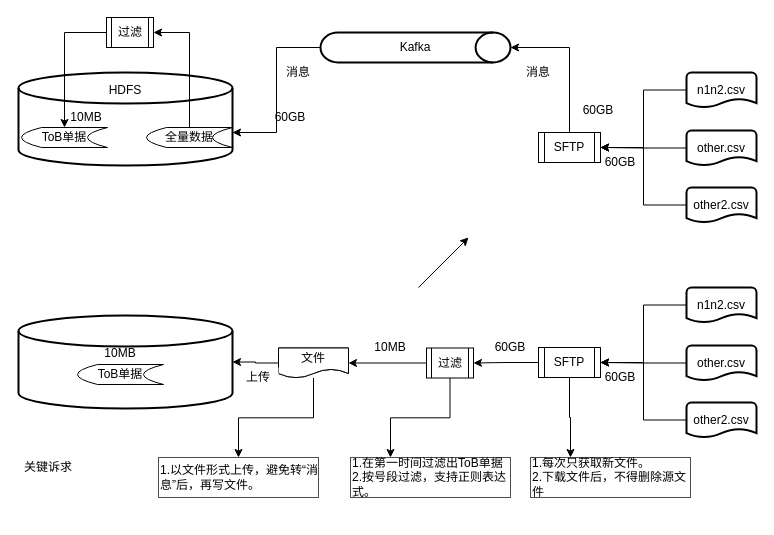
Before: zmcc/SEQ单据集成.drawio in wzlichen/graph, a draw.io diagram. Source tidied: cells renumbered, new cells numbered last; positions are measured from the earlier drawing's top-left corner, leaving out a move shared by most shapes. Both pictures are drawn from the tidied source at 100%, with x=0, y=0 at pixel (18, 17).
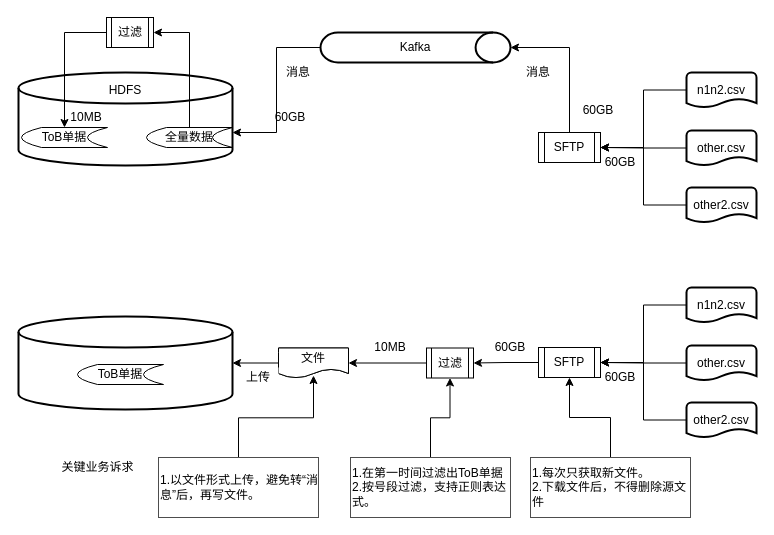
After the change.

Commit message:
更新SEQ单据集成.drawio

The change refers to these unchanged cells:
```xml
<mxCell id="24" value="SFTP" style="shape=process;whiteSpace=wrap;html=1;backgroundOutline=1;" parent="1" vertex="1">
  <mxGeometry x="520" y="330" width="62" height="30" as="geometry" />
</mxCell>
<mxCell id="35" value="过滤" style="shape=process;whiteSpace=wrap;html=1;backgroundOutline=1;fillColor=#FFFFFF;" parent="1" vertex="1">
  <mxGeometry x="408" y="330.5" width="47" height="30" as="geometry" />
</mxCell>
<mxCell id="46" value="文件" style="shape=document;whiteSpace=wrap;html=1;boundedLbl=1;fillColor=#FFFFFF;" parent="1" vertex="1">
  <mxGeometry x="260" y="330.5" width="70" height="30" as="geometry" />
</mxCell>
```

The edit, as a diff of the source:
```diff
@@
-    <mxCell id="23" style="edgeStyle=orthogonalEdgeStyle;rounded=0;jettySize=auto;html=1;entryX=0.25;entryY=0;entryDx=0;entryDy=0;" parent="1" edge="1" source="24" target="48">
-      <mxGeometry relative="1" as="geometry" />
-    </mxCell>
@@
-    <mxCell id="34" style="edgeStyle=orthogonalEdgeStyle;rounded=0;jettySize=auto;html=1;entryX=0.25;entryY=0;entryDx=0;entryDy=0;" parent="1" edge="1" source="35" target="50">
-      <mxGeometry relative="1" as="geometry" />
-    </mxCell>
@@
     <mxCell id="39" style="strokeWidth=2;html=1;shape=mxgraph.flowchart.database;whiteSpace=wrap;" parent="1" vertex="1">
-      <mxGeometry y="298" width="214" height="93" as="geometry" />
+      <mxGeometry y="299" width="214" height="93" as="geometry" />
     </mxCell>
@@
-    <mxCell id="41" value="10MB" style="text;html=1;strokeColor=none;fillColor=none;align=center;verticalAlign=middle;whiteSpace=wrap;rounded=0;" parent="1" vertex="1">
-      <mxGeometry x="82" y="326" width="40" height="20" as="geometry" />
-    </mxCell>
@@
-    <mxCell id="45" style="edgeStyle=orthogonalEdgeStyle;rounded=0;jettySize=auto;html=1;" parent="1" edge="1" source="46" target="51">
-      <mxGeometry relative="1" as="geometry" />
-    </mxCell>
@@
-    <mxCell id="47" value="关键诉求" style="text;html=1;strokeColor=none;fillColor=none;align=center;verticalAlign=middle;whiteSpace=wrap;rounded=0;" parent="1" vertex="1">
-      <mxGeometry y="440" width="60" height="20" as="geometry" />
+    <mxCell id="47" value="关键业务诉求" style="text;html=1;strokeColor=none;fillColor=none;align=center;verticalAlign=middle;whiteSpace=wrap;rounded=0;" parent="1" vertex="1">
+      <mxGeometry x="40" y="440" width="79" height="20" as="geometry" />
     </mxCell>
+    <mxCell id="53" style="edgeStyle=orthogonalEdgeStyle;rounded=0;jettySize=auto;html=1;entryX=0.5;entryY=1;entryDx=0;entryDy=0;" parent="1" edge="1" source="48" target="24">
+      <mxGeometry relative="1" as="geometry" />
+    </mxCell>
     <mxCell id="48" value="1.每次只获取新文件。&lt;br&gt;2.下载文件后，不得删除源文件" style="text;html=1;strokeColor=#4D4D4D;fillColor=none;align=left;verticalAlign=middle;whiteSpace=wrap;rounded=0;" parent="1" vertex="1">
-      <mxGeometry x="512" y="440" width="160" height="40" as="geometry" />
+      <mxGeometry x="512" y="440" width="160" height="60" as="geometry" />
     </mxCell>
-    <mxCell id="49" style="endArrow=classic;html=1;" parent="1" edge="1">
-      <mxGeometry relative="1" as="geometry">
-        <mxPoint x="400" y="270" as="sourcePoint" />
-        <mxPoint x="450" y="220" as="targetPoint" />
-      </mxGeometry>
-    </mxCell>
+    <mxCell id="54" style="edgeStyle=orthogonalEdgeStyle;rounded=0;jettySize=auto;html=1;entryX=0.5;entryY=1;entryDx=0;entryDy=0;" parent="1" edge="1" source="50" target="35">
+      <mxGeometry relative="1" as="geometry" />
+    </mxCell>
     <mxCell id="50" value="1.在第一时间过滤出ToB单据&lt;br&gt;2.按号段过滤，支持正则表达式。" style="text;html=1;strokeColor=#4D4D4D;fillColor=none;align=left;verticalAlign=middle;whiteSpace=wrap;rounded=0;" parent="1" vertex="1">
-      <mxGeometry x="332" y="440" width="160" height="40" as="geometry" />
+      <mxGeometry x="332" y="440" width="160" height="60" as="geometry" />
     </mxCell>
+    <mxCell id="55" style="edgeStyle=orthogonalEdgeStyle;rounded=0;jettySize=auto;html=1;entryX=0.5;entryY=0.917;entryDx=0;entryDy=0;entryPerimeter=0;" parent="1" edge="1" source="51" target="46">
+      <mxGeometry relative="1" as="geometry" />
+    </mxCell>
     <mxCell id="51" value="1.以文件形式上传，避免转“消息”后，再写文件。" style="text;html=1;strokeColor=#4D4D4D;fillColor=none;align=left;verticalAlign=middle;whiteSpace=wrap;rounded=0;" parent="1" vertex="1">
-      <mxGeometry x="140" y="440" width="160" height="40" as="geometry" />
+      <mxGeometry x="140" y="440" width="160" height="60" as="geometry" />
     </mxCell>
```
